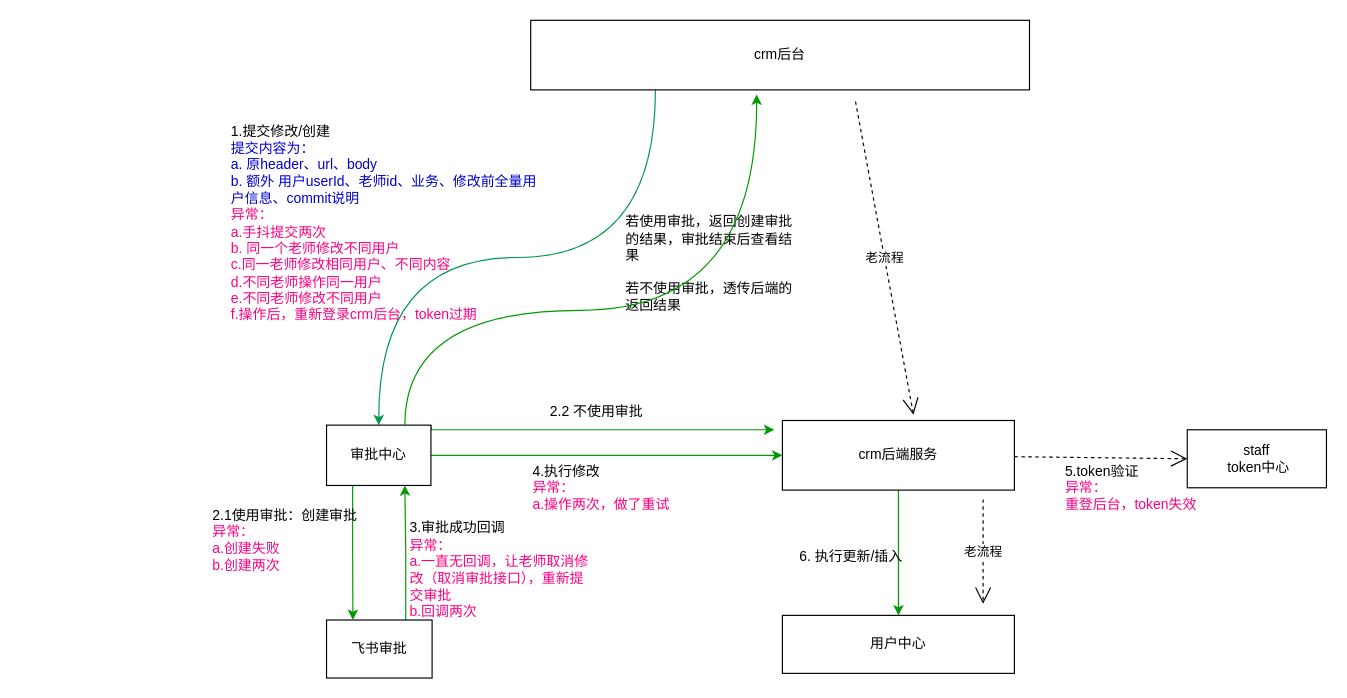
Before: 审批.drawio in xiell2016/hetaoDesign, a draw.io diagram. Source tidied: cells renumbered, new cells numbered last; positions are measured from the earlier drawing's top-left corner, leaving out a move shared by most shapes. Both pictures are drawn from the tidied source at 116%, with x=0, y=0 at pixel (210, 20).
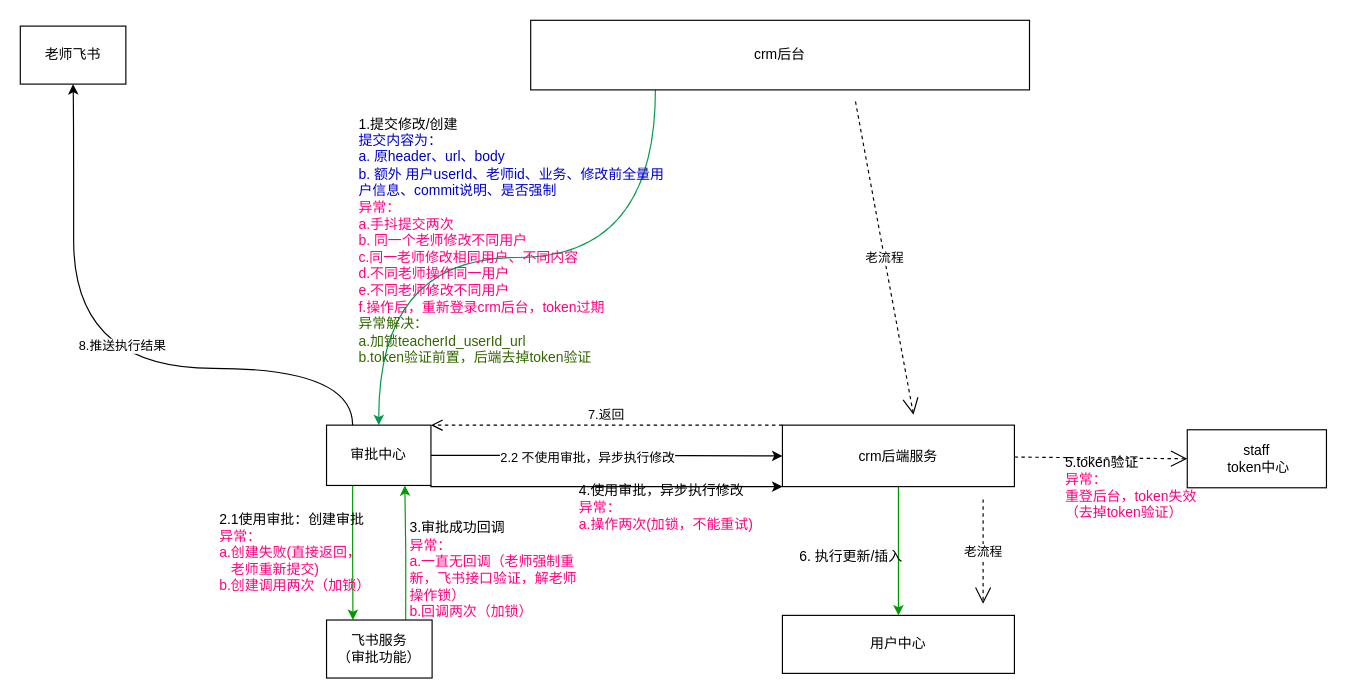
The same diagram, later.

Unchanged cells that the change refers to:
```xml
<mxCell id="3" value="crm后台" style="rounded=0;whiteSpace=wrap;html=1;" parent="1" vertex="1">
  <mxGeometry x="276" width="430" height="60" as="geometry" />
</mxCell>
<mxCell id="7" value="审批中心" style="rounded=0;whiteSpace=wrap;html=1;" parent="1" vertex="1">
  <mxGeometry x="100" y="349" width="90" height="52" as="geometry" />
</mxCell>
```

Diff of the diagram source:
```diff
@@
-    <mxCell id="4" style="edgeStyle=orthogonalEdgeStyle;rounded=0;jettySize=auto;html=1;exitX=1;exitY=0.5;exitDx=0;exitDy=0;entryX=0;entryY=0.5;entryDx=0;entryDy=0;strokeColor=#009900;" parent="1" edge="1" source="7" target="9">
-      <mxGeometry relative="1" as="geometry" />
-    </mxCell>
@@
-    <mxCell id="6" style="edgeStyle=orthogonalEdgeStyle;rounded=0;jettySize=auto;html=1;exitX=1;exitY=0;exitDx=0;exitDy=0;strokeColor=#009900;" parent="1" edge="1" source="7">
-      <mxGeometry relative="1" as="geometry">
-        <mxPoint x="486" y="353" as="targetPoint" />
-        <Array as="points">
-          <mxPoint x="246" y="353" />
-          <mxPoint x="366" y="353" />
-          <mxPoint x="366" y="354" />
-        </Array>
-      </mxGeometry>
-    </mxCell>
+    <mxCell id="26" style="edgeStyle=orthogonalEdgeStyle;rounded=0;jettySize=auto;html=1;exitX=1;exitY=0.5;exitDx=0;exitDy=0;entryX=0;entryY=0.5;entryDx=0;entryDy=0;" parent="1" edge="1" source="7" target="9">
+      <mxGeometry relative="1" as="geometry" />
+    </mxCell>
+    <mxCell id="27" value="2.2 不使用审批，异步执行修改" style="edgeLabel;html=1;align=center;verticalAlign=middle;" parent="26" vertex="1">
+      <mxGeometry x="-0.12" y="-1" relative="1" as="geometry" />
+    </mxCell>
+    <mxCell id="28" style="edgeStyle=orthogonalEdgeStyle;rounded=0;jettySize=auto;html=1;exitX=1;exitY=1;exitDx=0;exitDy=0;entryX=0;entryY=1;entryDx=0;entryDy=0;" parent="1" edge="1" source="7" target="9">
+      <mxGeometry relative="1" as="geometry">
+        <Array as="points">
+          <mxPoint x="190" y="402" />
+        </Array>
+      </mxGeometry>
+    </mxCell>
+    <mxCell id="29" style="edgeStyle=orthogonalEdgeStyle;rounded=0;jettySize=auto;html=1;exitX=0.25;exitY=0;exitDx=0;exitDy=0;entryX=0.5;entryY=1;entryDx=0;entryDy=0;curved=1;" parent="1" edge="1" source="7" target="32">
+      <mxGeometry relative="1" as="geometry">
+        <Array as="points">
+          <mxPoint x="123" y="300" />
+          <mxPoint x="-118" y="300" />
+          <mxPoint x="-118" y="80" />
+        </Array>
+      </mxGeometry>
+    </mxCell>
+    <mxCell id="30" value="8.推送执行结果" style="edgeLabel;html=1;align=center;verticalAlign=middle;" parent="29" vertex="1">
+      <mxGeometry x="-0.07" y="-20" relative="1" as="geometry">
+        <mxPoint x="1" as="offset" />
+      </mxGeometry>
+    </mxCell>
@@
     <mxCell id="9" value="crm后端服务" style="rounded=0;whiteSpace=wrap;html=1;" parent="1" vertex="1">
-      <mxGeometry x="493" y="345" width="200" height="60" as="geometry" />
+      <mxGeometry x="493" y="349" width="200" height="53" as="geometry" />
     </mxCell>
@@
-    <mxCell id="12" value="1.提交修改/创建&lt;br&gt;&lt;font color=&quot;#0000cc&quot;&gt;提交内容为：&lt;br style=&quot;border-color: var(--border-color);&quot;&gt;a. 原header、url、body&lt;br style=&quot;border-color: var(--border-color);&quot;&gt;b. 额外 用户userId、老师id、业务、修改前全量用户信息、commit说明&lt;br&gt;&lt;/font&gt;&lt;font color=&quot;#ff0080&quot;&gt;异常：&lt;br&gt;a.手抖提交两次&lt;br&gt;b.&amp;nbsp;同一个老师修改不同用户&lt;br&gt;c.同一老师修改相同用户、不同内容&lt;br&gt;d.不同老师操作同一用户&lt;br&gt;e.不同老师修改不同用户&lt;br&gt;f.操作后，重新登录crm后台，token过期&lt;/font&gt;" style="text;html=1;strokeColor=none;fillColor=none;align=left;verticalAlign=middle;whiteSpace=wrap;rounded=0;" parent="1" vertex="1">
-      <mxGeometry x="16" y="90" width="275" height="170" as="geometry" />
+    <mxCell id="12" value="1.提交修改/创建&lt;br&gt;&lt;font color=&quot;#0000cc&quot;&gt;提交内容为：&lt;br style=&quot;border-color: var(--border-color);&quot;&gt;a. 原header、url、body&lt;br style=&quot;border-color: var(--border-color);&quot;&gt;b. 额外 用户userId、老师id、业务、修改前全量用户信息、commit说明、是否强制&lt;br&gt;&lt;/font&gt;&lt;font color=&quot;#ff0080&quot;&gt;异常：&lt;/font&gt;&lt;br&gt;&lt;font color=&quot;#ff0080&quot;&gt;a.手抖提交两次&lt;/font&gt;&lt;br&gt;&lt;font color=&quot;#ff0080&quot;&gt;b.&amp;nbsp;同一个老师修改不同用户&lt;/font&gt;&lt;br&gt;&lt;font color=&quot;#ff0080&quot;&gt;c.同一老师修改相同用户、不同内容&lt;/font&gt;&lt;br&gt;&lt;font color=&quot;#ff0080&quot;&gt;d.不同老师操作同一用户&lt;/font&gt;&lt;br&gt;&lt;font color=&quot;#ff0080&quot;&gt;e.不同老师修改不同用户&lt;/font&gt;&lt;br&gt;&lt;font color=&quot;#ff0080&quot;&gt;f.操作后，重新登录crm后台，token过期&lt;/font&gt;&lt;br&gt;&lt;font color=&quot;#336600&quot;&gt;异常解决：&lt;br&gt;a.加锁teacherId_userId_url&lt;br&gt;b.token验证前置，后端去掉token验证&lt;br&gt;&lt;/font&gt;" style="text;html=1;strokeColor=none;fillColor=none;align=left;verticalAlign=middle;whiteSpace=wrap;rounded=0;" parent="1" vertex="1">
+      <mxGeometry x="126" y="80" width="275" height="220" as="geometry" />
     </mxCell>
@@
-    <mxCell id="14" value="飞书审批" style="rounded=0;whiteSpace=wrap;html=1;" parent="1" vertex="1">
+    <mxCell id="14" value="飞书服务&lt;br&gt;（审批功能）" style="rounded=0;whiteSpace=wrap;html=1;" parent="1" vertex="1">
       <mxGeometry x="100" y="517" width="91" height="50" as="geometry" />
     </mxCell>
@@
-    <mxCell id="16" value="2.1使用审批：创建审批&lt;br&gt;&lt;font color=&quot;#ff0080&quot;&gt;异常：&lt;br&gt;a.创建失败&lt;br&gt;b.创建两次&lt;/font&gt;" style="text;html=1;strokeColor=none;fillColor=none;align=left;verticalAlign=middle;whiteSpace=wrap;rounded=0;" parent="1" vertex="1">
-      <mxGeometry y="403" width="140" height="90" as="geometry" />
+    <mxCell id="16" value="2.1使用审批：创建审批&lt;br&gt;&lt;font color=&quot;#ff0080&quot;&gt;异常：&lt;br&gt;a.创建失败(直接返回，&amp;nbsp; &amp;nbsp; &amp;nbsp; &amp;nbsp;老师重新提交)&lt;br&gt;b.创建调用两次（加锁）&lt;/font&gt;" style="text;html=1;strokeColor=none;fillColor=none;align=left;verticalAlign=middle;whiteSpace=wrap;rounded=0;" parent="1" vertex="1">
+      <mxGeometry x="6" y="420" width="134" height="77" as="geometry" />
     </mxCell>
-    <mxCell id="17" value="3.审批成功回调&lt;br&gt;&lt;font color=&quot;#ff0080&quot;&gt;异常：&lt;br&gt;a.一直无回调，让老师取消修改（取消审批接口），重新提交审批&lt;br&gt;b.回调两次&lt;/font&gt;" style="text;html=1;strokeColor=none;fillColor=none;align=left;verticalAlign=middle;whiteSpace=wrap;rounded=0;" parent="1" vertex="1">
+    <mxCell id="17" value="3.审批成功回调&lt;br&gt;&lt;font color=&quot;#ff0080&quot;&gt;异常：&lt;br&gt;a.一直无回调（老师强制重新，飞书接口验证，解老师操作锁）&lt;br&gt;b.回调两次（加锁）&lt;/font&gt;" style="text;html=1;strokeColor=none;fillColor=none;align=left;verticalAlign=middle;whiteSpace=wrap;rounded=0;" parent="1" vertex="1">
       <mxGeometry x="170" y="420" width="156" height="107" as="geometry" />
     </mxCell>
-    <mxCell id="18" value="4.执行修改&lt;br&gt;&lt;font color=&quot;#ff0080&quot;&gt;异常：&lt;br&gt;a.操作两次，做了重试&lt;/font&gt;" style="text;html=1;strokeColor=none;fillColor=none;align=left;verticalAlign=middle;whiteSpace=wrap;rounded=0;" parent="1" vertex="1">
-      <mxGeometry x="276" y="373" width="150" height="60" as="geometry" />
+    <mxCell id="18" value="4.使用审批，异步执行修改&lt;br&gt;&lt;font color=&quot;#ff0080&quot;&gt;异常：&lt;br&gt;a.操作两次(加锁，不能重试)&lt;/font&gt;" style="text;html=1;strokeColor=none;fillColor=none;align=left;verticalAlign=middle;whiteSpace=wrap;rounded=0;" parent="1" vertex="1">
+      <mxGeometry x="316" y="390" width="160" height="60" as="geometry" />
     </mxCell>
-    <mxCell id="19" value="5.token验证&lt;br&gt;&lt;font color=&quot;#ff0080&quot;&gt;异常：&lt;br&gt;重登后台，token失效&lt;br&gt;&lt;/font&gt;" style="text;html=1;strokeColor=none;fillColor=none;align=left;verticalAlign=middle;whiteSpace=wrap;rounded=0;" parent="1" vertex="1">
+    <mxCell id="19" value="5.token验证&lt;br&gt;&lt;font color=&quot;#ff0080&quot;&gt;异常：&lt;br&gt;重登后台，token失效（去掉token验证）&lt;br&gt;&lt;/font&gt;" style="text;html=1;strokeColor=none;fillColor=none;align=left;verticalAlign=middle;whiteSpace=wrap;rounded=0;" parent="1" vertex="1">
       <mxGeometry x="735" y="373" width="120" height="60" as="geometry" />
     </mxCell>
@@
-    <mxCell id="23" value="2.2 不使用审批&lt;font color=&quot;#ff0080&quot;&gt;&lt;br&gt;&lt;/font&gt;" style="text;html=1;strokeColor=none;fillColor=none;align=left;verticalAlign=middle;whiteSpace=wrap;rounded=0;" parent="1" vertex="1">
-      <mxGeometry x="291" y="323" width="90" height="30" as="geometry" />
-    </mxCell>
-    <mxCell id="24" value="若使用审批，返回创建审批的结果，审批结束后查看结果&lt;br&gt;&lt;br&gt;若不使用审批，透传后端的返回结果" style="text;html=1;strokeColor=none;fillColor=none;align=left;verticalAlign=middle;whiteSpace=wrap;rounded=0;" parent="1" vertex="1">
-      <mxGeometry x="356" y="160" width="150" height="100" as="geometry" />
-    </mxCell>
-    <mxCell id="25" style="edgeStyle=orthogonalEdgeStyle;rounded=0;jettySize=auto;html=1;exitX=0.75;exitY=0;exitDx=0;exitDy=0;entryX=0.453;entryY=1.067;entryDx=0;entryDy=0;entryPerimeter=0;curved=1;strokeColor=#009900;" parent="1" edge="1" source="7" target="3">
-      <mxGeometry relative="1" as="geometry">
-        <Array as="points">
-          <mxPoint x="168" y="250" />
-          <mxPoint x="471" y="250" />
-        </Array>
-      </mxGeometry>
-    </mxCell>
+    <mxCell id="31" value="7.返回" style="html=1;verticalAlign=bottom;endArrow=open;dashed=1;endSize=8;curved=0;rounded=0;exitX=0;exitY=0;exitDx=0;exitDy=0;entryX=1;entryY=0;entryDx=0;entryDy=0;" parent="1" edge="1" source="9" target="7">
+      <mxGeometry relative="1" as="geometry" />
+    </mxCell>
+    <mxCell id="32" value="老师飞书" style="rounded=0;whiteSpace=wrap;html=1;" parent="1" vertex="1">
+      <mxGeometry x="-164" y="5" width="91" height="50" as="geometry" />
+    </mxCell>
```
